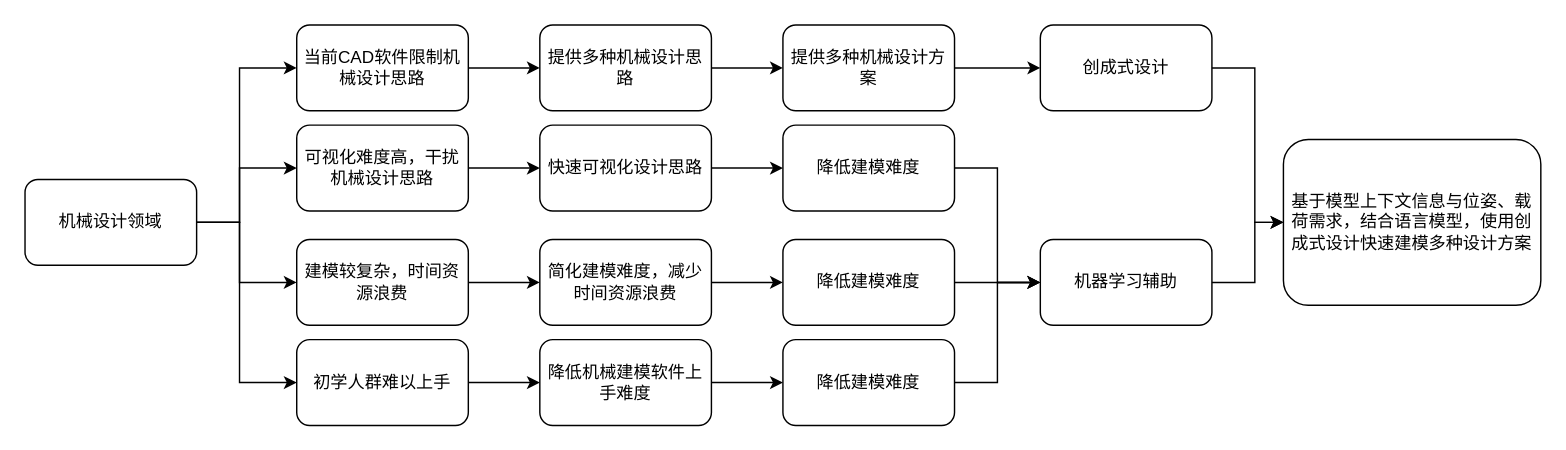
Above: 工程制图需求及解决方案探索.drawio in x1528045870/x1528045870 (draw.io), before the change. Source tidied: cells renumbered, new cells numbered last; positions are measured from the earlier drawing's top-left corner, leaving out a move shared by most shapes. Both pictures are drawn from the tidied source at 143%, with x=0, y=0 at pixel (24, 24).
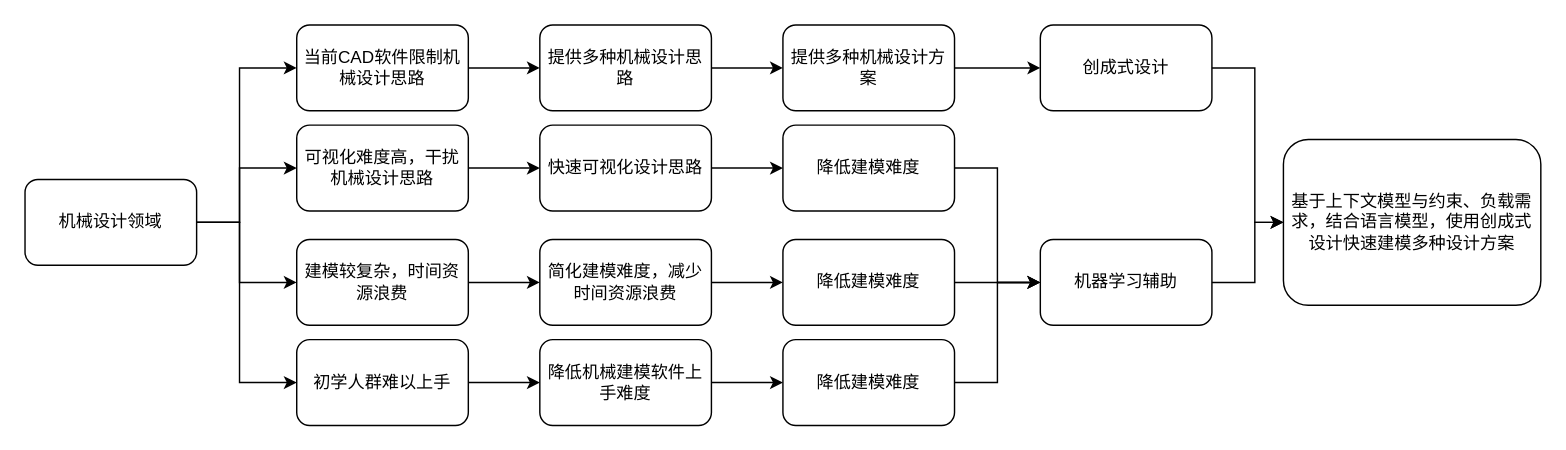
The same page after the edit.

Commit message (it also covers changes not shown here):
更新工程制图需求及解决方案探索.drawio

What changed in the source:
```diff
@@
-    <mxCell id="27" value="基于模型上下文信息与位姿、载荷需求，结合语言模型，使用创成式设计快速建模多种设计方案" style="rounded=1;whiteSpace=wrap;html=1;" parent="1" vertex="1">
+    <mxCell id="27" value="基于上下文模型与约束、负载需求，结合语言模型，使用创成式设计快速建模多种设计方案" style="rounded=1;whiteSpace=wrap;html=1;" parent="1" vertex="1">
       <mxGeometry x="880" y="80" width="180" height="116" as="geometry" />
     </mxCell>
```
